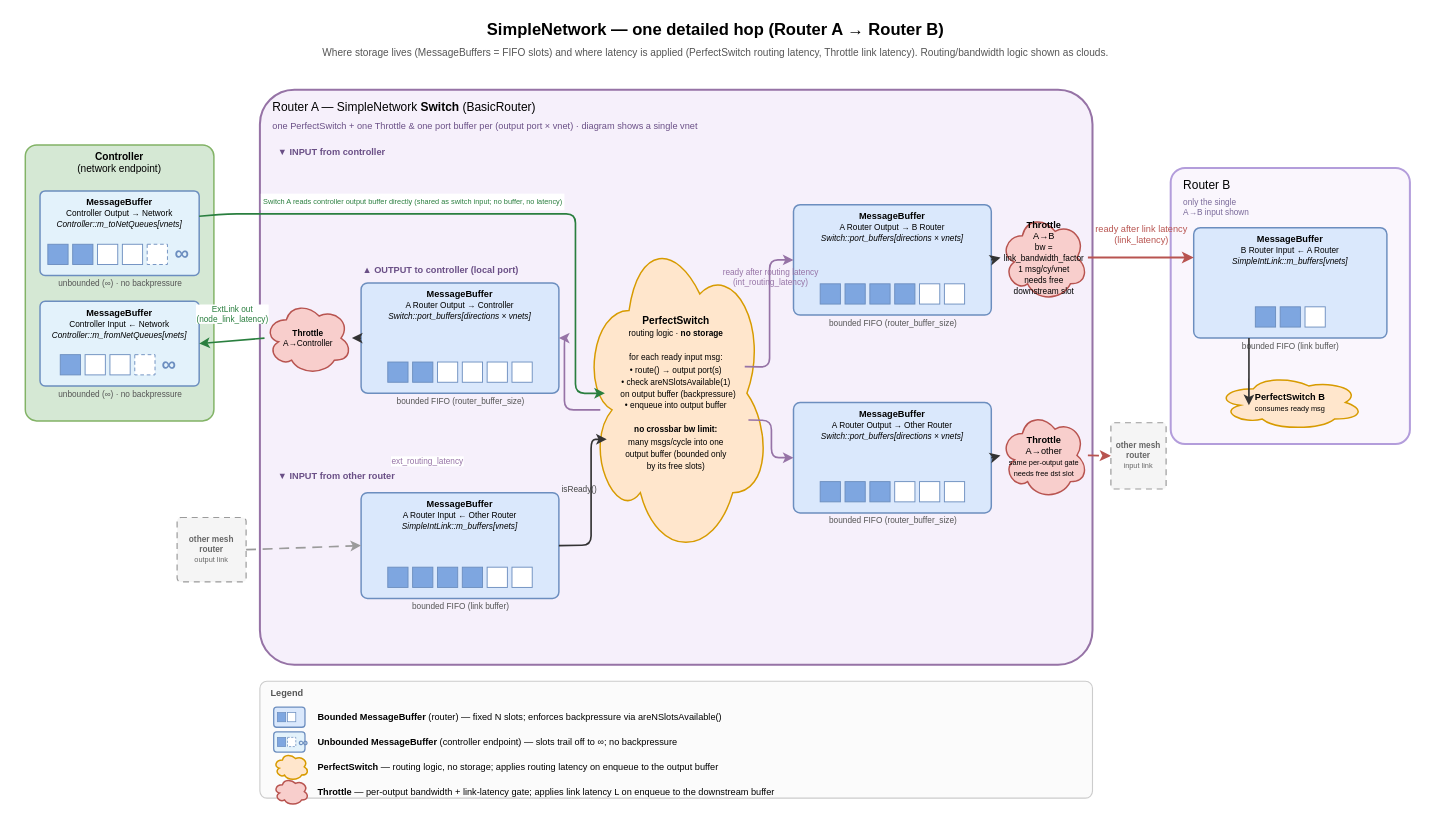
This is ruby-book/final/chi_testbench_gem5/resources/simple_network_hop.drawio from ripopov/gem5, a draw.io file, before an edit. Source tidied: cells renumbered, new cells numbered last; positions are measured from the earlier drawing's top-left corner, leaving out a move shared by most shapes. Both pictures are drawn from the tidied source at 92%, with x=0, y=0 at pixel (16, 16).
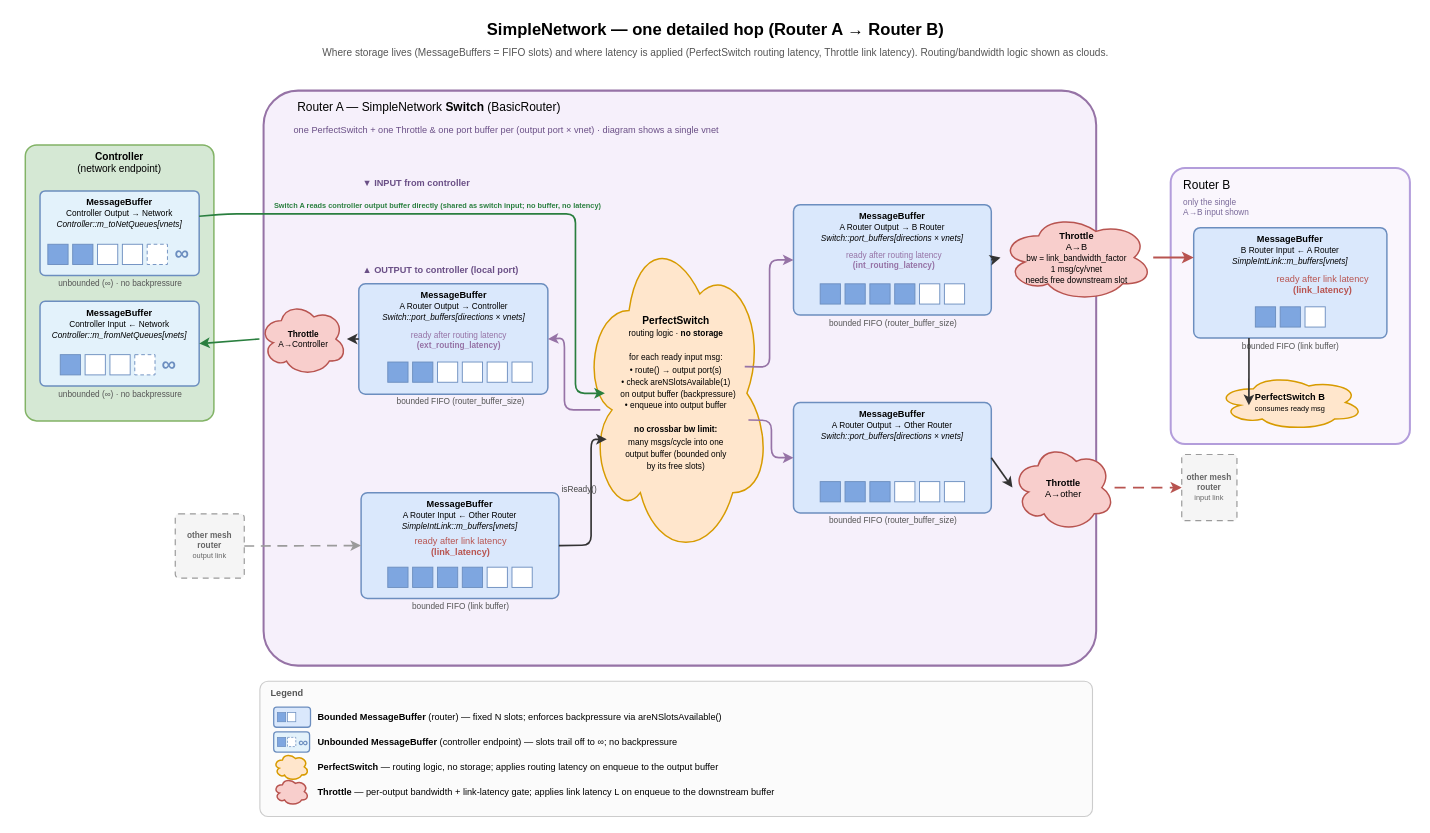
Above is the later version.

Commit message (it also covers changes not shown here):
ruby-book: Update SimpleNetwork hop diagram and export

Regenerate simple_network_hop.svg from the edited drawio with a
white background (color-scheme: light).

Unchanged cells that the change refers to:
```xml
<mxCell id="78" style="endArrow=classic;html=1;strokeWidth=1.8;strokeColor=#9673a6;rounded=1;edgeStyle=orthogonalEdgeStyle;entryX=0;entryY=0.5;entryDx=0;entryDy=0;" parent="1" edge="1" target="35">
  <mxGeometry relative="1" as="geometry">
    <mxPoint x="792" y="381" as="sourcePoint" />
  </mxGeometry>
</mxCell>
<mxCell id="81" style="endArrow=classic;html=1;strokeWidth=2.2;strokeColor=#b85450;rounded=1;exitX=1;exitY=0.5;exitDx=0;exitDy=0;entryX=0;entryY=0.27;entryDx=0;entryDy=0;" parent="1" edge="1" source="43" target="67">
  <mxGeometry relative="1" as="geometry" />
</mxCell>
<mxCell id="87" style="endArrow=classic;html=1;strokeWidth=1.8;strokeColor=#9673a6;rounded=1;entryX=1;entryY=0.5;entryDx=0;entryDy=0;" parent="1" edge="1" target="55">
  <mxGeometry relative="1" as="geometry">
    <mxPoint x="635" y="428" as="sourcePoint" />
    <Array as="points">
      <mxPoint x="596" y="428" />
      <mxPoint x="596" y="350" />
    </Array>
  </mxGeometry>
</mxCell>
<mxCell id="90" style="endArrow=classic;html=1;strokeWidth=1.8;strokeColor=#2a7f3f;rounded=1;exitX=0;exitY=0.5;exitDx=0;exitDy=0;entryX=1;entryY=0.5;entryDx=0;entryDy=0;" parent="1" edge="1" source="63" target="13">
  <mxGeometry relative="1" as="geometry" />
</mxCell>
```

What changed in the source:
```diff
@@
     <mxCell id="20" style="rounded=1;whiteSpace=wrap;html=1;fillColor=#f6f0fb;strokeColor=#9673a6;strokeWidth=2.2;fontSize=11;align=center;verticalAlign=top;fontColor=#000000;arcSize=6;" parent="1" vertex="1">
-      <mxGeometry x="265" y="80" width="905" height="625" as="geometry" />
+      <mxGeometry x="269" y="81" width="905" height="625" as="geometry" />
     </mxCell>
     <mxCell id="21" value="Router A  &amp;#8212;  SimpleNetwork &lt;b&gt;Switch&lt;/b&gt; (BasicRouter)" style="text;html=1;align=left;verticalAlign=middle;strokeColor=none;fillColor=none;fontSize=13;fontColor=#000000;" parent="1" vertex="1">
-      <mxGeometry x="277" y="88" width="881" height="22" as="geometry" />
+      <mxGeometry x="304" y="88" width="881" height="22" as="geometry" />
     </mxCell>
     <mxCell id="22" value="one PerfectSwitch + one Throttle &amp; one port buffer per (output port × vnet) · diagram shows a single vnet" style="text;html=1;align=left;verticalAlign=middle;strokeColor=none;fillColor=none;fontSize=10;fontColor=#6a4f86;" parent="1" vertex="1">
-      <mxGeometry x="277" y="110" width="881" height="18" as="geometry" />
+      <mxGeometry x="300" y="115" width="881" height="18" as="geometry" />
     </mxCell>
     <mxCell id="23" value="&lt;b&gt;&amp;#9660; INPUT from controller&lt;/b&gt;" style="text;html=1;align=left;verticalAlign=middle;strokeColor=none;fillColor=none;fontSize=10;fontColor=#6a4f86;" parent="1" vertex="1">
-      <mxGeometry x="283" y="140" width="230" height="16" as="geometry" />
+      <mxGeometry x="375" y="173" width="230" height="16" as="geometry" />
     </mxCell>
-    <mxCell id="24" value="&lt;b&gt;&amp;#9660; INPUT from other router&lt;/b&gt;" style="text;html=1;align=left;verticalAlign=middle;strokeColor=none;fillColor=none;fontSize=10;fontColor=#6a4f86;" parent="1" vertex="1">
-      <mxGeometry x="283" y="492" width="230" height="16" as="geometry" />
-    </mxCell>
     <mxCell id="25" value="&lt;b&gt;other mesh&lt;br&gt;router&lt;/b&gt;&lt;br&gt;&lt;font style='font-size:8px'&gt;output link&lt;/font&gt;" style="rounded=1;whiteSpace=wrap;html=1;fillColor=#f5f5f5;strokeColor=#9b9b9b;strokeWidth=1.3;fontSize=9;align=center;verticalAlign=middle;fontColor=#666666;arcSize=6;dashed=1;dashPattern=5 4;" parent="1" vertex="1">
-      <mxGeometry x="175" y="545" width="75" height="70" as="geometry" />
+      <mxGeometry x="173" y="541" width="75" height="70" as="geometry" />
     </mxCell>
@@
     <mxCell id="43" value="&lt;b&gt;Throttle&lt;/b&gt;&lt;br&gt;A→B&lt;br&gt;&lt;font style='font-size:9px'&gt;bw = link_bandwidth_factor&lt;br&gt;1 msg/cy/vnet&lt;br&gt;needs free downstream slot&lt;/font&gt;" style="shape=cloud;whiteSpace=wrap;html=1;fillColor=#f8cecc;strokeColor=#b85450;strokeWidth=1.6;fontSize=10;align=center;verticalAlign=middle;" parent="1" vertex="1">
-      <mxGeometry x="1070" y="215" width="95" height="95" as="geometry" />
+      <mxGeometry x="1070" y="215" width="166" height="95" as="geometry" />
     </mxCell>
@@
-    <mxCell id="52" value="&lt;b&gt;Throttle&lt;/b&gt;&lt;br&gt;A→other&lt;br&gt;&lt;font style='font-size:8px'&gt;same per-output gate&lt;br&gt;needs free dst slot&lt;/font&gt;" style="shape=cloud;whiteSpace=wrap;html=1;fillColor=#f8cecc;strokeColor=#b85450;strokeWidth=1.6;fontSize=10;align=center;verticalAlign=middle;" parent="1" vertex="1">
-      <mxGeometry x="1070" y="430" width="95" height="95" as="geometry" />
+    <mxCell id="52" value="&lt;b&gt;Throttle&lt;/b&gt;&lt;br&gt;A→other" style="shape=cloud;whiteSpace=wrap;html=1;fillColor=#f8cecc;strokeColor=#b85450;strokeWidth=1.6;fontSize=10;align=center;verticalAlign=middle;" parent="1" vertex="1">
+      <mxGeometry x="1083" y="465" width="111" height="95" as="geometry" />
     </mxCell>
     <mxCell id="53" value="&lt;b&gt;other mesh&lt;br&gt;router&lt;/b&gt;&lt;br&gt;&lt;font style='font-size:8px'&gt;input link&lt;/font&gt;" style="rounded=1;whiteSpace=wrap;html=1;fillColor=#f5f5f5;strokeColor=#9b9b9b;strokeWidth=1.3;fontSize=9;align=center;verticalAlign=middle;fontColor=#666666;arcSize=6;dashed=1;dashPattern=5 4;" parent="1" vertex="1">
-      <mxGeometry x="1190" y="442" width="60" height="72" as="geometry" />
+      <mxGeometry x="1267" y="476.5" width="60" height="72" as="geometry" />
     </mxCell>
@@
     <mxCell id="55" value="&lt;b&gt;MessageBuffer&lt;/b&gt;&lt;br&gt;&lt;font style='font-size:9px'&gt;A Router Output → Controller&lt;br&gt;&lt;i&gt;Switch::port_buffers[directions × vnets]&lt;/i&gt;&lt;/font&gt;" style="rounded=1;whiteSpace=wrap;html=1;fillColor=#dae8fc;strokeColor=#6c8ebf;strokeWidth=1.6;fontSize=10;align=center;verticalAlign=top;fontColor=#000000;arcSize=6;" parent="1" vertex="1">
-      <mxGeometry x="375" y="290" width="215" height="120" as="geometry" />
+      <mxGeometry x="372.5" y="291" width="205.5" height="120" as="geometry" />
     </mxCell>
@@
     <mxCell id="63" value="&lt;b&gt;Throttle&lt;/b&gt;&lt;br&gt;A→Controller" style="shape=cloud;whiteSpace=wrap;html=1;fillColor=#f8cecc;strokeColor=#b85450;strokeWidth=1.6;fontSize=9;align=center;verticalAlign=middle;" parent="1" vertex="1">
-      <mxGeometry x="270" y="310" width="95" height="80" as="geometry" />
+      <mxGeometry x="264.5" y="311" width="95" height="80" as="geometry" />
     </mxCell>
@@
-    <mxCell id="74" value="Switch A reads controller output buffer directly (shared as switch input; no buffer, no latency)" style="text;html=1;align=center;verticalAlign=middle;strokeColor=none;fillColor=#ffffff;fontSize=8;fontColor=#2a7f3f;" parent="1" vertex="1">
-      <mxGeometry x="266" y="193" width="330" height="18" as="geometry" />
+    <mxCell id="74" value="&lt;b&gt;Switch A reads controller output buffer directly (shared as switch input; no buffer, no latency)&lt;/b&gt;" style="text;html=1;align=center;verticalAlign=middle;strokeColor=none;fillColor=none;fontSize=8;fontColor=#2a7f3f;" parent="1" vertex="1">
+      <mxGeometry x="293" y="197" width="330" height="18" as="geometry" />
     </mxCell>
@@
-    <mxCell id="79" value="ready after routing latency&lt;br&gt;(int_routing_latency)" style="edgeLabel;html=1;align=center;verticalAlign=middle;fontSize=9;fontColor=#9673a6;labelBackgroundColor=none;" parent="78" vertex="1">
+    <mxCell id="79" value="ready after routing latency&lt;br&gt;&lt;b&gt;(int_routing_latency)&lt;/b&gt;" style="edgeLabel;html=1;align=center;verticalAlign=middle;fontSize=9;fontColor=#9673a6;labelBackgroundColor=none;" parent="78" vertex="1">
       <mxGeometry relative="1" as="geometry">
-        <mxPoint y="-40" as="offset" />
+        <mxPoint x="134" y="-59" as="offset" />
       </mxGeometry>
     </mxCell>
@@
-    <mxCell id="82" value="ready after link latency&lt;br&gt;(link_latency)" style="edgeLabel;html=1;align=center;verticalAlign=middle;fontSize=10;fontColor=#b85450;labelBackgroundColor=none;" parent="81" vertex="1">
+    <mxCell id="82" value="ready after link latency&lt;br&gt;&lt;b&gt;(link_latency)&lt;/b&gt;" style="edgeLabel;html=1;align=center;verticalAlign=middle;fontSize=10;fontColor=#b85450;labelBackgroundColor=none;" parent="81" vertex="1">
       <mxGeometry relative="1" as="geometry">
-        <mxPoint y="-26" as="offset" />
+        <mxPoint x="162" y="28" as="offset" />
       </mxGeometry>
     </mxCell>
@@
-    <mxCell id="88" value="ext_routing_latency" style="edgeLabel;html=1;align=center;verticalAlign=middle;fontSize=9;fontColor=#9673a6;labelBackgroundColor=#ffffff;" parent="87" vertex="1">
-      <mxGeometry relative="1" as="geometry">
-        <mxPoint x="-150" y="78" as="offset" />
-      </mxGeometry>
-    </mxCell>
@@
-    <mxCell id="91" value="ExtLink out&lt;br&gt;(node_link_latency)" style="edgeLabel;html=1;align=center;verticalAlign=middle;fontSize=9;fontColor=#2a7f3f;labelBackgroundColor=#ffffff;" parent="90" vertex="1">
-      <mxGeometry relative="1" as="geometry">
-        <mxPoint y="-30" as="offset" />
-      </mxGeometry>
-    </mxCell>
     <mxCell id="92" style="rounded=1;whiteSpace=wrap;html=1;fillColor=#fbfbfb;strokeColor=#cccccc;strokeWidth=1.2;fontSize=11;align=center;verticalAlign=top;fontColor=#000000;arcSize=6;" parent="1" vertex="1">
-      <mxGeometry x="265" y="723" width="905" height="127" as="geometry" />
+      <mxGeometry x="265" y="723" width="905" height="147" as="geometry" />
     </mxCell>
@@
     <mxCell id="94" style="rounded=1;html=1;fillColor=#dae8fc;strokeColor=#6c8ebf;strokeWidth=1.4;" parent="1" vertex="1">
-      <mxGeometry x="280" y="751" width="34" height="22" as="geometry" />
+      <mxGeometry x="280" y="751" width="40" height="22" as="geometry" />
     </mxCell>
@@
     <mxCell id="98" style="rounded=1;html=1;fillColor=#e3f2fb;strokeColor=#6c8ebf;strokeWidth=1.4;" parent="1" vertex="1">
-      <mxGeometry x="280" y="778" width="34" height="22" as="geometry" />
+      <mxGeometry x="280" y="778" width="39" height="22" as="geometry" />
     </mxCell>
@@
+    <mxCell id="107" value="ready after routing latency&lt;br&gt;&lt;b&gt;(ext_routing_latency)&lt;/b&gt;" style="edgeLabel;html=1;align=center;verticalAlign=middle;fontSize=9;fontColor=#9673a6;labelBackgroundColor=none;" parent="1" vertex="1">
+      <mxGeometry x="480" y="351" as="geometry" />
+    </mxCell>
+    <mxCell id="108" value="ready after link latency&lt;br&gt;&lt;b&gt;(link_latency)&lt;/b&gt;" style="edgeLabel;html=1;align=center;verticalAlign=middle;fontSize=10;fontColor=#b85450;labelBackgroundColor=none;" parent="1" vertex="1">
+      <mxGeometry x="482.5" y="575.5" as="geometry" />
+    </mxCell>
```
